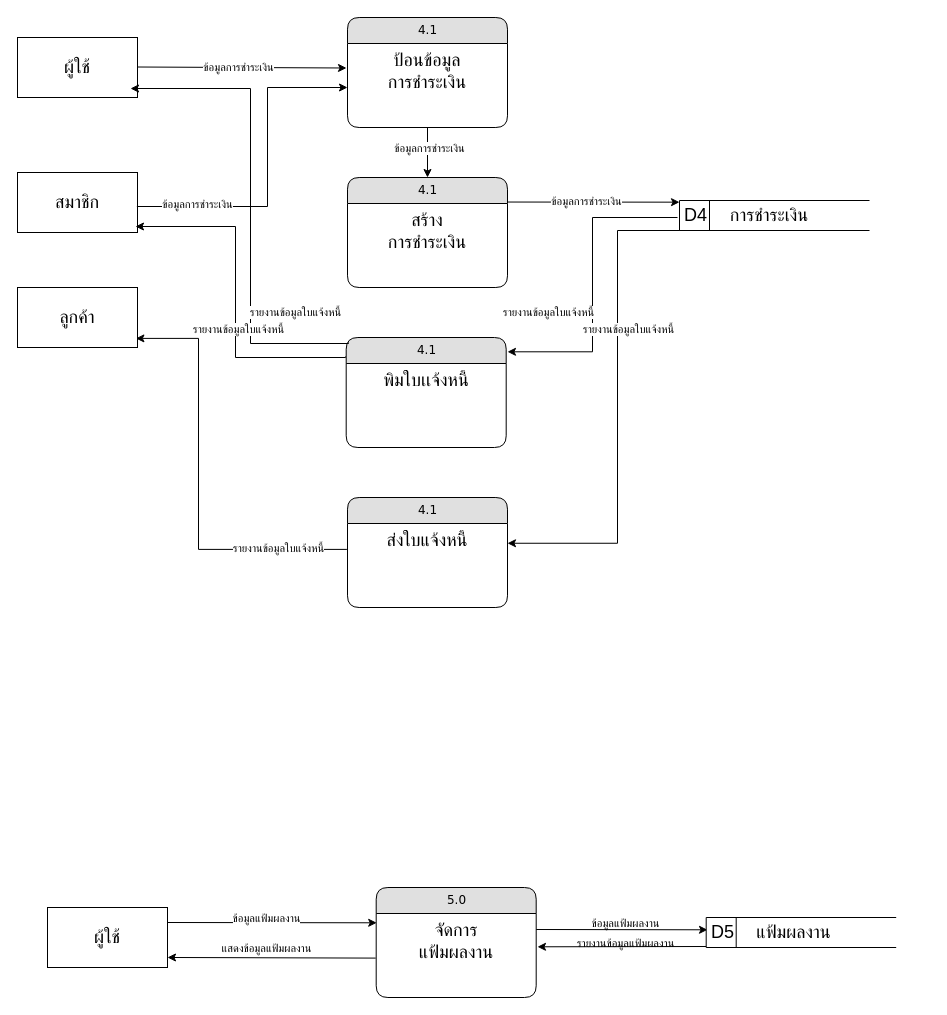
This is dataflow-pms-4.0.drawio from NewSnooker/it-udvc-pms, a draw.io file, before an edit. Source tidied: cells renumbered, new cells numbered last; positions are measured from the earlier drawing's top-left corner, leaving out a move shared by most shapes. Both pictures are drawn from the tidied source at 100%, with x=0, y=0 at pixel (17, 17).
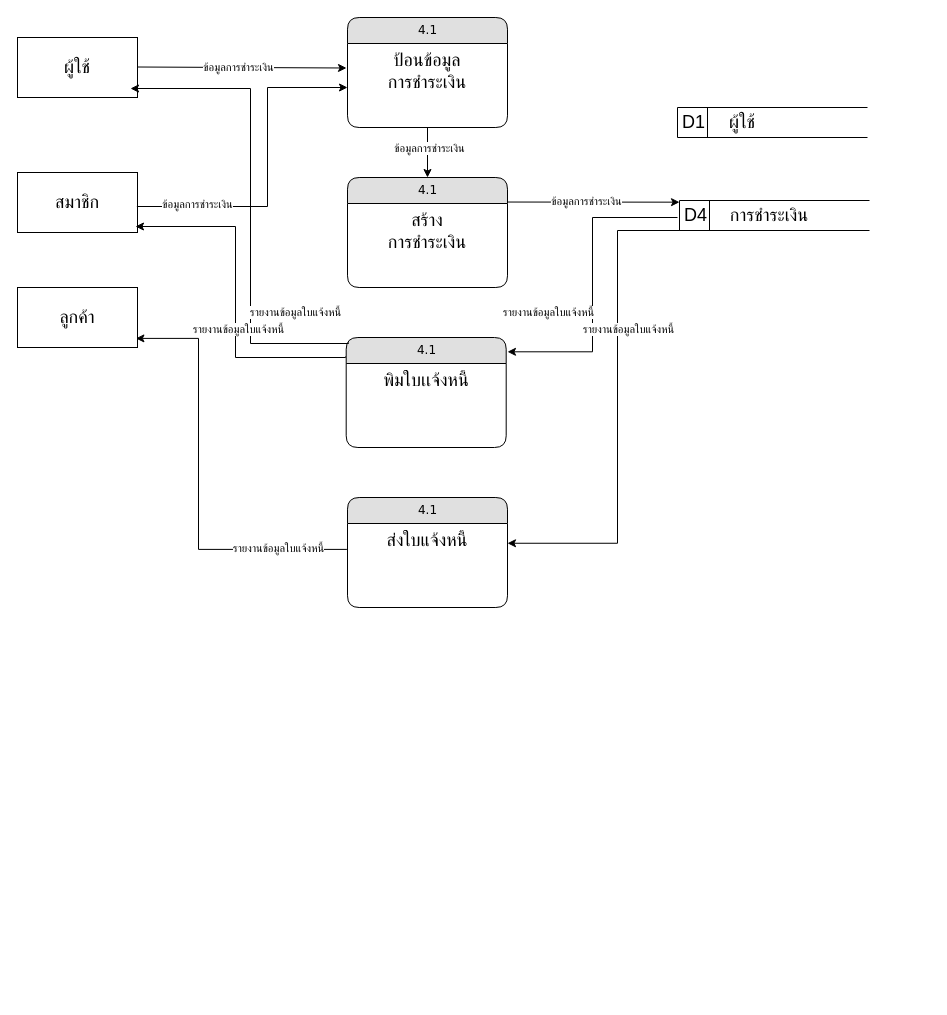
Above is the later version.

Change to the diagram source:
```diff
@@
-    <mxCell id="34" value="5.0" style="swimlane;html=1;fontStyle=0;horizontal=1;startSize=26;fillColor=#e0e0e0;swimlaneFillColor=#ffffff;align=center;rounded=1;shadow=0;comic=0;labelBackgroundColor=none;strokeWidth=1;fontFamily=Verdana;fontSize=12;" parent="1" vertex="1">
-      <mxGeometry x="358.7" y="870" width="160" height="110" as="geometry" />
-    </mxCell>
-    <mxCell id="35" value="&lt;span style=&quot;font-size: 18px;&quot;&gt;จัดการ&lt;/span&gt;&lt;div&gt;&lt;span style=&quot;font-size: 18px;&quot;&gt;แฟ้มผลงาน&lt;/span&gt;&lt;/div&gt;" style="text;html=1;strokeColor=none;fillColor=none;spacingLeft=4;spacingRight=4;whiteSpace=wrap;overflow=hidden;align=center;" parent="34" vertex="1">
-      <mxGeometry y="26" width="160" height="54" as="geometry" />
-    </mxCell>
+    <mxCell id="48" style="group;" parent="1" vertex="1">
+      <mxGeometry x="660" y="90" width="250" height="30" as="geometry" />
+    </mxCell>
+    <mxCell id="49" value="&lt;font style=&quot;font-size: 18px;&quot;&gt;D1&lt;/font&gt;" style="html=1;dashed=0;whiteSpace=wrap;shape=mxgraph.dfd.dataStoreID;align=left;spacingLeft=3;" parent="48" vertex="1">
+      <mxGeometry width="190" height="30" as="geometry" />
+    </mxCell>
-    <mxCell id="36" value="&lt;span style=&quot;font-size: 18px; text-wrap-mode: nowrap;&quot;&gt;ผู้ใช้&lt;/span&gt;" style="rounded=0;whiteSpace=wrap;html=1;" parent="1" vertex="1">
-      <mxGeometry x="30" y="890" width="120" height="60" as="geometry" />
+    <mxCell id="36" value="&lt;span style=&quot;font-size: 18px;&quot;&gt;ผู้ใช้&lt;/span&gt;" style="text;strokeColor=none;align=center;fillColor=none;html=1;verticalAlign=middle;whiteSpace=wrap;rounded=0;" parent="48" vertex="1">
+      <mxGeometry x="-10" width="150" height="30" as="geometry" />
     </mxCell>
-    <mxCell id="37" style="endArrow=classic;html=1;rounded=0;exitX=1;exitY=0.25;exitDx=0;exitDy=0;entryX=0.003;entryY=0.172;entryDx=0;entryDy=0;entryPerimeter=0;" parent="1" edge="1" source="36">
-      <mxGeometry relative="1" as="geometry">
-        <mxPoint x="359.2" y="905.3" as="targetPoint" />
-      </mxGeometry>
-    </mxCell>
-    <mxCell id="38" style="endArrow=classic;html=1;rounded=0;exitX=-0.003;exitY=0.826;exitDx=0;exitDy=0;entryX=1;entryY=0.833;entryDx=0;entryDy=0;entryPerimeter=0;exitPerimeter=0;" parent="1" edge="1" target="36">
-      <mxGeometry relative="1" as="geometry">
-        <mxPoint x="358.2" y="940.6" as="sourcePoint" />
-      </mxGeometry>
-    </mxCell>
-    <mxCell id="39" value="ข้อมูลแฟ้มผลงาน" style="edgeLabel;html=1;align=center;verticalAlign=middle;" parent="1" vertex="1">
-      <mxGeometry x="607.5" y="905" as="geometry" />
-    </mxCell>
-    <mxCell id="40" value="รายงานข้อมูลแฟ้มผลงาน" style="edgeLabel;html=1;align=center;verticalAlign=middle;" parent="1" vertex="1">
-      <mxGeometry x="607.5" y="925" as="geometry" />
-    </mxCell>
-    <mxCell id="41" value="ข้อมูลแฟ้มผลงาน" style="edgeLabel;html=1;align=center;verticalAlign=middle;" parent="1" vertex="1">
-      <mxGeometry x="248.5" y="900" as="geometry" />
-    </mxCell>
-    <mxCell id="42" value="แสดงข้อมูลแฟ้มผลงาน" style="edgeLabel;html=1;align=center;verticalAlign=middle;" parent="1" vertex="1">
-      <mxGeometry x="248.5" y="930" as="geometry" />
-    </mxCell>
-    <mxCell id="43" style="endArrow=classic;html=1;rounded=0;exitX=0.992;exitY=0.389;exitDx=0;exitDy=0;exitPerimeter=0;entryX=0;entryY=0.242;entryDx=0;entryDy=0;entryPerimeter=0;" parent="1" edge="1">
-      <mxGeometry relative="1" as="geometry">
-        <mxPoint x="518.7" y="912" as="sourcePoint" />
-        <mxPoint x="690" y="912.3" as="targetPoint" />
-      </mxGeometry>
-    </mxCell>
-    <mxCell id="44" style="endArrow=classic;html=1;rounded=0;exitX=-0.001;exitY=0.799;exitDx=0;exitDy=0;exitPerimeter=0;entryX=1;entryY=0.709;entryDx=0;entryDy=0;entryPerimeter=0;" parent="1" edge="1">
-      <mxGeometry relative="1" as="geometry">
-        <mxPoint x="689.8" y="929" as="sourcePoint" />
-        <mxPoint x="520" y="929.3" as="targetPoint" />
-      </mxGeometry>
-    </mxCell>
-    <mxCell id="45" style="group;" parent="1" vertex="1">
-      <mxGeometry x="688.7" y="900" width="190" height="30" as="geometry" />
-    </mxCell>
-    <mxCell id="46" value="&lt;font style=&quot;font-size: 18px;&quot;&gt;D5&lt;/font&gt;" style="html=1;dashed=0;whiteSpace=wrap;shape=mxgraph.dfd.dataStoreID;align=left;spacingLeft=3;" parent="45" vertex="1">
-      <mxGeometry width="190" height="30" as="geometry" />
-    </mxCell>
-    <mxCell id="47" value="&lt;div&gt;&lt;span style=&quot;font-size: 18px;&quot;&gt;แฟ้มผลงาน&lt;/span&gt;&lt;/div&gt;" style="text;strokeColor=none;align=center;fillColor=none;html=1;verticalAlign=middle;whiteSpace=wrap;rounded=0;" parent="45" vertex="1">
-      <mxGeometry x="35" width="105" height="30" as="geometry" />
-    </mxCell>
```
